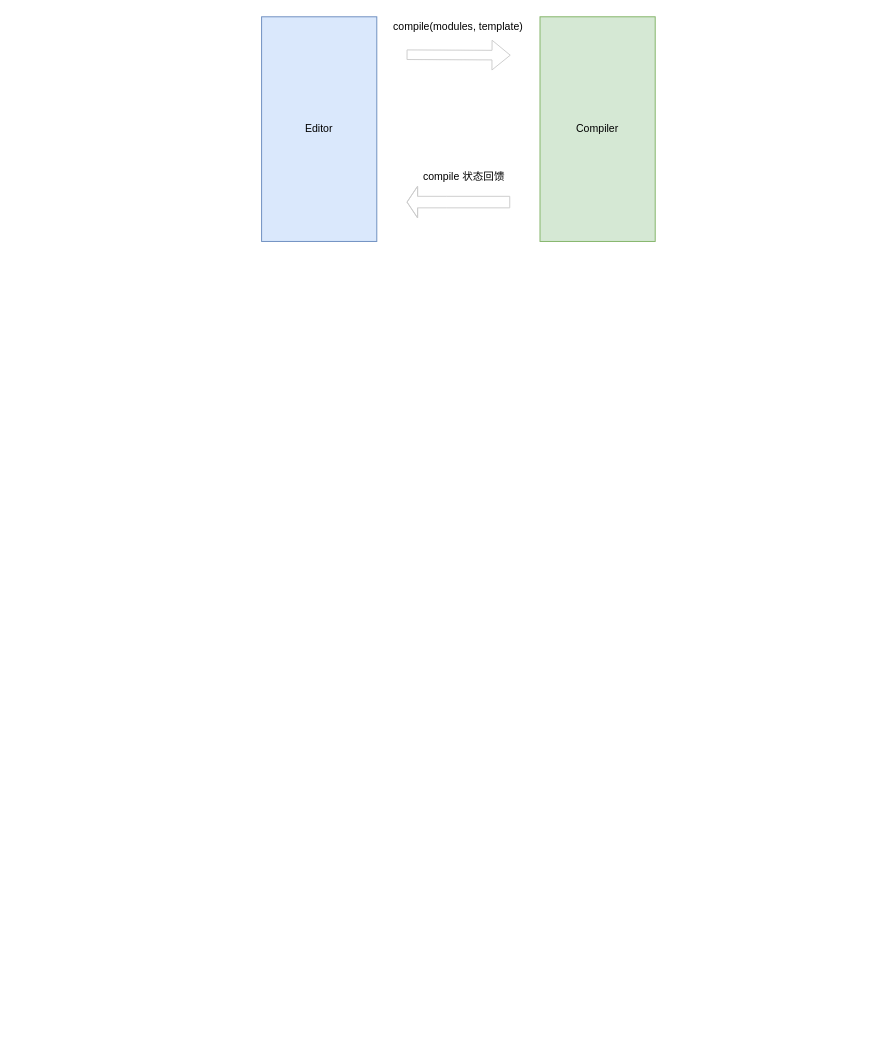
Above: page "第 4 页" (4 of 11) of source/_posts/drawio/codesandbox.drawio in ivan-94/bobi.ink (draw.io), before the change. Source tidied: cells renumbered, new cells numbered last; positions are measured from the earlier drawing's top-left corner, leaving out a move shared by most shapes. Both pictures are drawn from the tidied source at 96%, with x=0, y=0 at pixel (261, 16).
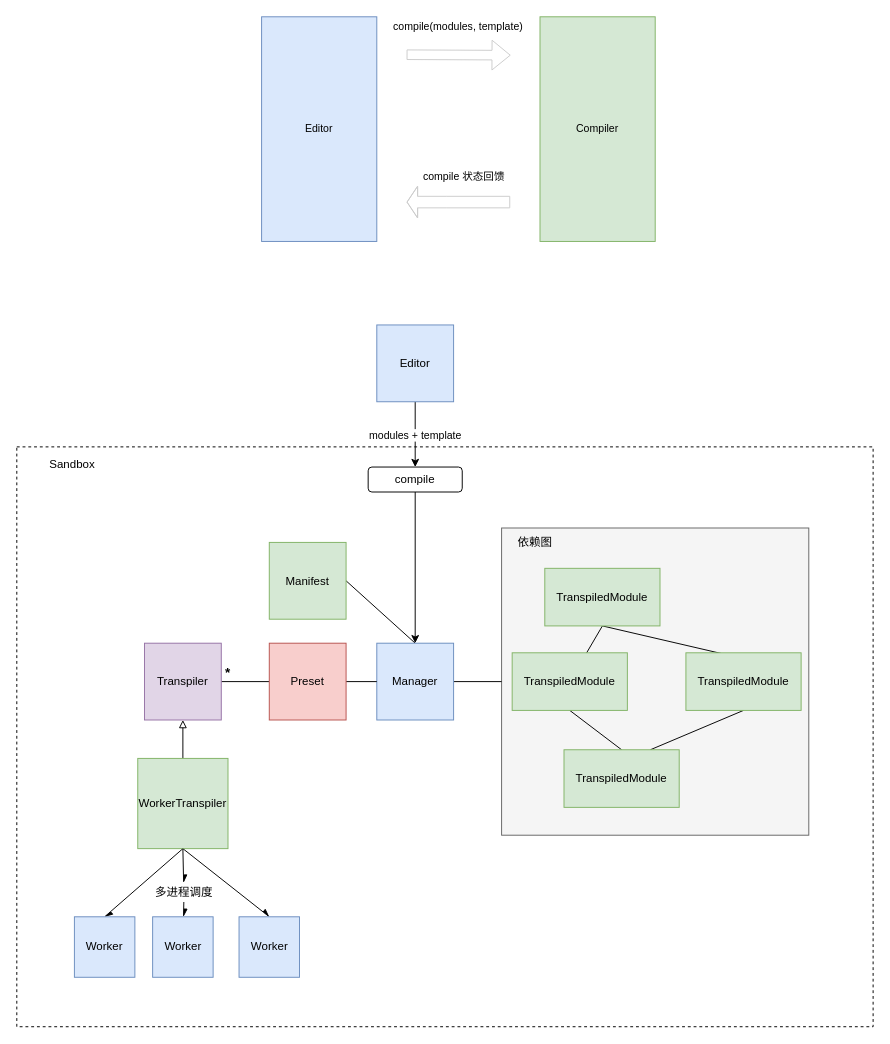
After the change.

What changed in the source:
```diff
@@
+    <mxCell id="8" style="rounded=0;whiteSpace=wrap;html=1;fillColor=#ffffff;dashed=1;" parent="1" vertex="1">
+      <mxGeometry x="-255" y="448" width="892" height="604" as="geometry" />
+    </mxCell>
+    <mxCell id="9" style="whiteSpace=wrap;html=1;fillColor=#f5f5f5;strokeColor=#666666;fontColor=#333333;" parent="1" vertex="1">
+      <mxGeometry x="250" y="532.5" width="320" height="320" as="geometry" />
+    </mxCell>
@@
+    <mxCell id="10" style="edgeStyle=none;rounded=0;jettySize=auto;html=1;exitX=1;exitY=0.5;exitDx=0;exitDy=0;entryX=0;entryY=0.5;entryDx=0;entryDy=0;endArrow=none;endFill=0;" parent="1" edge="1" source="12" target="9">
+      <mxGeometry relative="1" as="geometry" />
+    </mxCell>
+    <mxCell id="11" style="edgeStyle=none;rounded=0;jettySize=auto;html=1;exitX=0.5;exitY=0;exitDx=0;exitDy=0;entryX=1;entryY=0.5;entryDx=0;entryDy=0;endArrow=none;endFill=0;" parent="1" edge="1" source="12" target="25">
+      <mxGeometry relative="1" as="geometry" />
+    </mxCell>
+    <mxCell id="12" value="Manager" style="whiteSpace=wrap;html=1;fillColor=#dae8fc;strokeColor=#6c8ebf;" parent="1" vertex="1">
+      <mxGeometry x="120" y="652.5" width="80" height="80" as="geometry" />
+    </mxCell>
+    <mxCell id="13" style="rounded=0;jettySize=auto;html=1;exitX=0.5;exitY=1;exitDx=0;exitDy=0;endArrow=none;endFill=0;" parent="1" edge="1" source="15" target="17">
+      <mxGeometry relative="1" as="geometry" />
+    </mxCell>
+    <mxCell id="14" style="edgeStyle=none;rounded=0;jettySize=auto;html=1;exitX=0.5;exitY=1;exitDx=0;exitDy=0;entryX=0.317;entryY=0.017;entryDx=0;entryDy=0;entryPerimeter=0;endArrow=none;endFill=0;" parent="1" edge="1" source="15" target="19">
+      <mxGeometry relative="1" as="geometry" />
+    </mxCell>
+    <mxCell id="15" value="&lt;span&gt;TranspiledModule&lt;/span&gt;" style="rounded=0;whiteSpace=wrap;html=1;fillColor=#d5e8d4;strokeColor=#82b366;" parent="1" vertex="1">
+      <mxGeometry x="295" y="574.5" width="120" height="60" as="geometry" />
+    </mxCell>
+    <mxCell id="16" style="edgeStyle=none;rounded=0;jettySize=auto;html=1;exitX=0.5;exitY=1;exitDx=0;exitDy=0;entryX=0.5;entryY=0;entryDx=0;entryDy=0;endArrow=none;endFill=0;" parent="1" edge="1" source="17" target="20">
+      <mxGeometry relative="1" as="geometry" />
+    </mxCell>
+    <mxCell id="17" value="&lt;span&gt;TranspiledModule&lt;/span&gt;" style="rounded=0;whiteSpace=wrap;html=1;fillColor=#d5e8d4;strokeColor=#82b366;" parent="1" vertex="1">
+      <mxGeometry x="261" y="662.5" width="120" height="60" as="geometry" />
+    </mxCell>
+    <mxCell id="18" style="edgeStyle=none;rounded=0;jettySize=auto;html=1;exitX=0.5;exitY=1;exitDx=0;exitDy=0;entryX=0.75;entryY=0;entryDx=0;entryDy=0;endArrow=none;endFill=0;" parent="1" edge="1" source="19" target="20">
+      <mxGeometry relative="1" as="geometry" />
+    </mxCell>
+    <mxCell id="19" value="&lt;span&gt;TranspiledModule&lt;/span&gt;" style="rounded=0;whiteSpace=wrap;html=1;fillColor=#d5e8d4;strokeColor=#82b366;" parent="1" vertex="1">
+      <mxGeometry x="442" y="662.5" width="120" height="60" as="geometry" />
+    </mxCell>
+    <mxCell id="20" value="&lt;span&gt;TranspiledModule&lt;/span&gt;" style="rounded=0;whiteSpace=wrap;html=1;fillColor=#d5e8d4;strokeColor=#82b366;" parent="1" vertex="1">
+      <mxGeometry x="315" y="763.5" width="120" height="60" as="geometry" />
+    </mxCell>
+    <mxCell id="21" value="依赖图" style="text;html=1;strokeColor=none;fillColor=none;align=center;verticalAlign=middle;whiteSpace=wrap;rounded=0;" parent="1" vertex="1">
+      <mxGeometry x="227" y="537.5" width="116" height="20" as="geometry" />
+    </mxCell>
+    <mxCell id="22" style="edgeStyle=none;rounded=0;jettySize=auto;html=1;exitX=1;exitY=0.5;exitDx=0;exitDy=0;entryX=0;entryY=0.5;entryDx=0;entryDy=0;endArrow=none;endFill=0;" parent="1" edge="1" source="24" target="12">
+      <mxGeometry relative="1" as="geometry" />
+    </mxCell>
+    <mxCell id="23" style="edgeStyle=none;rounded=0;jettySize=auto;html=1;exitX=0;exitY=0.5;exitDx=0;exitDy=0;entryX=1;entryY=0.5;entryDx=0;entryDy=0;endArrow=none;endFill=0;" parent="1" edge="1" source="24" target="26">
+      <mxGeometry relative="1" as="geometry" />
+    </mxCell>
+    <mxCell id="24" value="Preset" style="whiteSpace=wrap;html=1;fillColor=#f8cecc;strokeColor=#b85450;" parent="1" vertex="1">
+      <mxGeometry x="8" y="652.5" width="80" height="80" as="geometry" />
+    </mxCell>
+    <mxCell id="25" value="Manifest" style="whiteSpace=wrap;html=1;fillColor=#d5e8d4;strokeColor=#82b366;" parent="1" vertex="1">
+      <mxGeometry x="8" y="547.5" width="80" height="80" as="geometry" />
+    </mxCell>
+    <mxCell id="26" value="&lt;span&gt;Transpiler&lt;/span&gt;" style="whiteSpace=wrap;html=1;fillColor=#e1d5e7;strokeColor=#9673a6;" parent="1" vertex="1">
+      <mxGeometry x="-122" y="652.5" width="80" height="80" as="geometry" />
+    </mxCell>
+    <mxCell id="27" value="&lt;font style=&quot;font-size: 14px&quot;&gt;&lt;b&gt;*&lt;/b&gt;&lt;/font&gt;" style="text;html=1;strokeColor=none;fillColor=none;align=center;verticalAlign=middle;whiteSpace=wrap;rounded=0;" parent="1" vertex="1">
+      <mxGeometry x="-55" y="672.5" width="40" height="20" as="geometry" />
+    </mxCell>
+    <mxCell id="28" style="edgeStyle=none;rounded=0;jettySize=auto;html=1;exitX=0.5;exitY=0;exitDx=0;exitDy=0;entryX=0.5;entryY=1;entryDx=0;entryDy=0;endArrow=block;endFill=0;" parent="1" edge="1" source="32" target="26">
+      <mxGeometry relative="1" as="geometry" />
+    </mxCell>
+    <mxCell id="29" style="edgeStyle=none;rounded=0;jettySize=auto;html=1;exitX=0.5;exitY=1;exitDx=0;exitDy=0;entryX=0.5;entryY=0;entryDx=0;entryDy=0;endArrow=async;endFill=1;" parent="1" edge="1" source="32" target="33">
+      <mxGeometry relative="1" as="geometry" />
+    </mxCell>
+    <mxCell id="30" style="edgeStyle=none;rounded=0;jettySize=auto;html=1;exitX=0.5;exitY=1;exitDx=0;exitDy=0;endArrow=async;endFill=1;" parent="1" edge="1" source="36" target="34">
+      <mxGeometry relative="1" as="geometry" />
+    </mxCell>
+    <mxCell id="31" style="edgeStyle=none;rounded=0;jettySize=auto;html=1;exitX=0.5;exitY=1;exitDx=0;exitDy=0;entryX=0.5;entryY=0;entryDx=0;entryDy=0;endArrow=async;endFill=1;" parent="1" edge="1" source="32" target="35">
+      <mxGeometry relative="1" as="geometry" />
+    </mxCell>
+    <mxCell id="32" value="&lt;span&gt;WorkerTranspiler&lt;/span&gt;" style="whiteSpace=wrap;html=1;fillColor=#d5e8d4;strokeColor=#82b366;" parent="1" vertex="1">
+      <mxGeometry x="-129" y="772.5" width="94" height="94" as="geometry" />
+    </mxCell>
+    <mxCell id="33" value="&lt;span&gt;Worker&lt;/span&gt;" style="whiteSpace=wrap;html=1;fillColor=#dae8fc;strokeColor=#6c8ebf;" parent="1" vertex="1">
+      <mxGeometry x="-195" y="937.5" width="63" height="63" as="geometry" />
+    </mxCell>
+    <mxCell id="34" value="&lt;span&gt;Worker&lt;/span&gt;" style="whiteSpace=wrap;html=1;fillColor=#dae8fc;strokeColor=#6c8ebf;" parent="1" vertex="1">
+      <mxGeometry x="-113.5" y="937.5" width="63" height="63" as="geometry" />
+    </mxCell>
+    <mxCell id="35" value="&lt;span&gt;Worker&lt;/span&gt;" style="whiteSpace=wrap;html=1;fillColor=#dae8fc;strokeColor=#6c8ebf;" parent="1" vertex="1">
+      <mxGeometry x="-23.5" y="937.5" width="63" height="63" as="geometry" />
+    </mxCell>
+    <mxCell id="36" value="多进程调度" style="text;html=1;strokeColor=none;fillColor=#ffffff;align=center;verticalAlign=middle;whiteSpace=wrap;rounded=0;" parent="1" vertex="1">
+      <mxGeometry x="-113.5" y="902" width="65" height="20" as="geometry" />
+    </mxCell>
+    <mxCell id="37" style="edgeStyle=none;rounded=0;jettySize=auto;html=1;exitX=0.5;exitY=1;exitDx=0;exitDy=0;endArrow=async;endFill=1;" parent="1" edge="1" source="32" target="36">
+      <mxGeometry relative="1" as="geometry" />
+    </mxCell>
+    <mxCell id="38" value="modules + template" style="edgeStyle=none;rounded=0;jettySize=auto;html=1;exitX=0.5;exitY=1;exitDx=0;exitDy=0;endArrow=classic;endFill=1;" parent="1" edge="1" source="39" target="42">
+      <mxGeometry x="0.02" relative="1" as="geometry" />
+    </mxCell>
+    <mxCell id="39" value="Editor" style="whiteSpace=wrap;html=1;fillColor=#dae8fc;strokeColor=#6c8ebf;" parent="1" vertex="1">
+      <mxGeometry x="120" y="321" width="80" height="80" as="geometry" />
+    </mxCell>
+    <mxCell id="40" value="Sandbox" style="text;html=1;strokeColor=none;fillColor=none;align=center;verticalAlign=middle;whiteSpace=wrap;rounded=0;" parent="1" vertex="1">
+      <mxGeometry x="-255" y="455.5" width="116" height="20" as="geometry" />
+    </mxCell>
+    <mxCell id="41" style="edgeStyle=none;rounded=0;jettySize=auto;html=1;exitX=0.5;exitY=1;exitDx=0;exitDy=0;endArrow=classic;endFill=1;" parent="1" edge="1" source="42" target="12">
+      <mxGeometry relative="1" as="geometry" />
+    </mxCell>
+    <mxCell id="42" value="compile" style="rounded=1;whiteSpace=wrap;html=1;fillColor=#ffffff;" parent="1" vertex="1">
+      <mxGeometry x="111" y="469" width="98" height="26" as="geometry" />
+    </mxCell>
```
